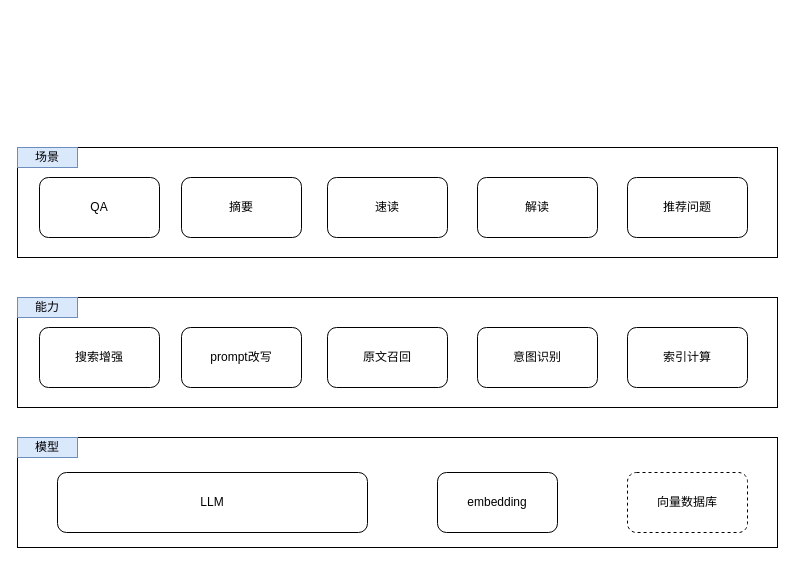
This is ai.drawio from codeloverql/drawio, a draw.io file, before an edit. Source tidied: cells renumbered, new cells numbered last; positions are measured from the earlier drawing's top-left corner, leaving out a move shared by most shapes. Both pictures are drawn from the tidied source at 100%, with x=0, y=0 at pixel (17, 147).
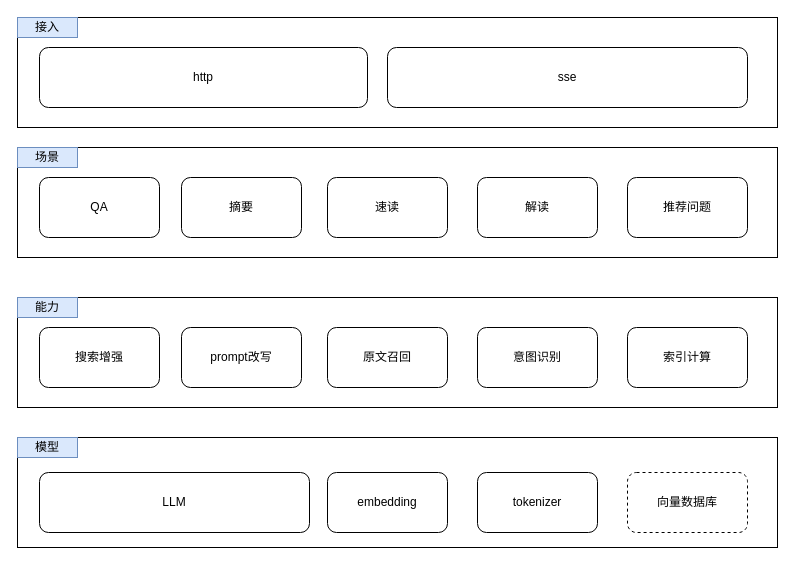
The same page after the edit.

The edit, as a diff of the source:
```diff
@@
     <mxCell id="16" value="LLM" style="rounded=1;whiteSpace=wrap;html=1;" parent="1" vertex="1">
-      <mxGeometry x="40" y="325" width="310" height="60" as="geometry" />
+      <mxGeometry x="22" y="325" width="270" height="60" as="geometry" />
     </mxCell>
     <mxCell id="17" value="embedding" style="rounded=1;whiteSpace=wrap;html=1;" parent="1" vertex="1">
-      <mxGeometry x="420" y="325" width="120" height="60" as="geometry" />
+      <mxGeometry x="310" y="325" width="120" height="60" as="geometry" />
     </mxCell>
@@
+    <mxCell id="21" value="tokenizer" style="rounded=1;whiteSpace=wrap;html=1;" parent="1" vertex="1">
+      <mxGeometry x="460" y="325" width="120" height="60" as="geometry" />
+    </mxCell>
+    <mxCell id="22" style="rounded=0;whiteSpace=wrap;html=1;" parent="1" vertex="1">
+      <mxGeometry y="-130" width="760" height="110" as="geometry" />
+    </mxCell>
+    <mxCell id="23" value="http" style="rounded=1;whiteSpace=wrap;html=1;" parent="1" vertex="1">
+      <mxGeometry x="22" y="-100" width="328" height="60" as="geometry" />
+    </mxCell>
+    <mxCell id="24" value="接入" style="rounded=0;whiteSpace=wrap;html=1;fillColor=#dae8fc;strokeColor=#6c8ebf;" parent="1" vertex="1">
+      <mxGeometry y="-130" width="60" height="20" as="geometry" />
+    </mxCell>
+    <mxCell id="25" value="sse" style="rounded=1;whiteSpace=wrap;html=1;" parent="1" vertex="1">
+      <mxGeometry x="370" y="-100" width="360" height="60" as="geometry" />
+    </mxCell>
```
